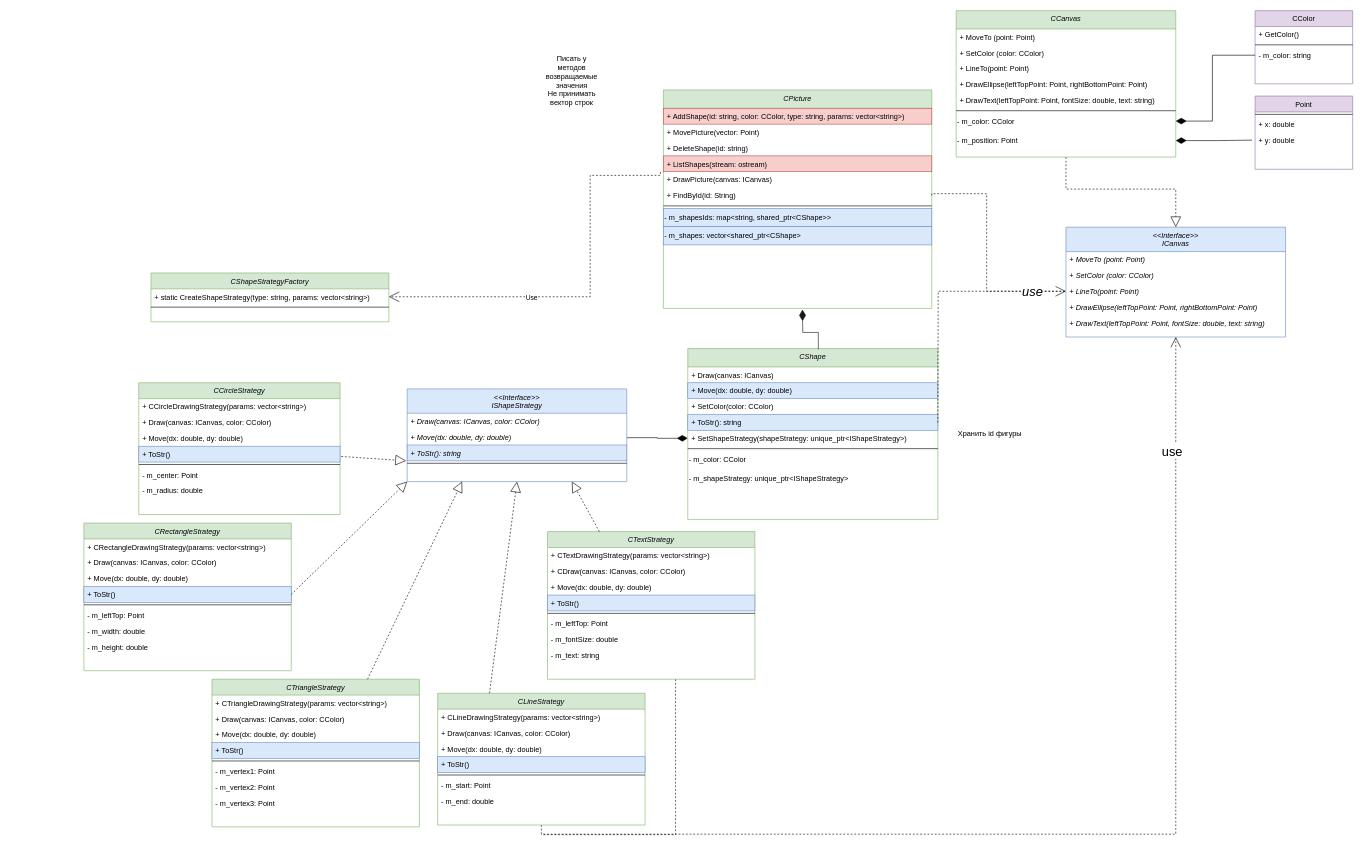
The draw.io diagram lab1/Shapes/classes.drawio in SafarovT/ood-labs, before the edit. Source tidied: cells renumbered, new cells numbered last; positions are measured from the earlier drawing's top-left corner, leaving out a move shared by most shapes. Both pictures are drawn from the tidied source at 61%, with x=0, y=0 at pixel (84, 10).
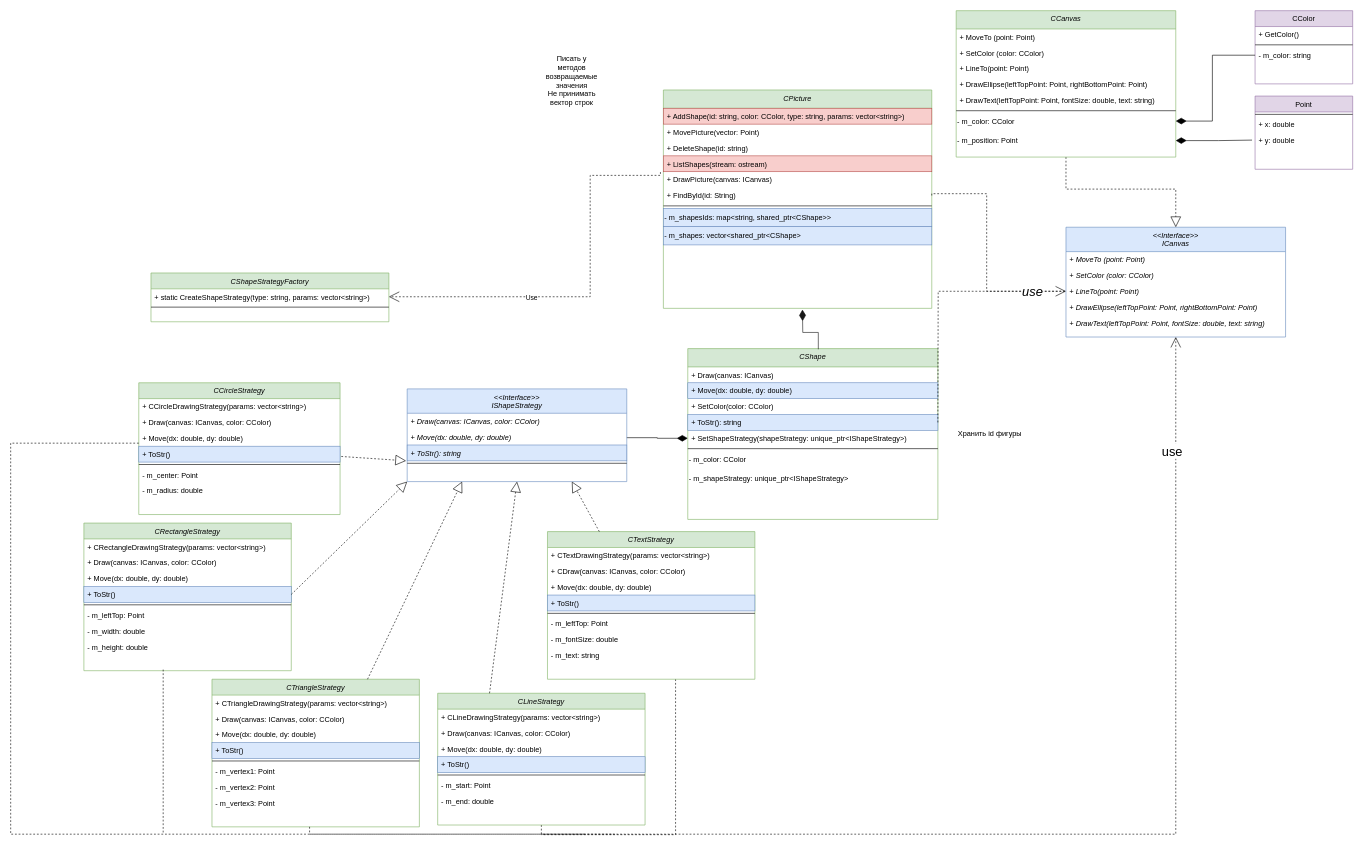
The same page after the edit.

What changed in the source:
```diff
@@
+    <mxCell id="115" style="edgeStyle=orthogonalEdgeStyle;shape=connector;rounded=0;orthogonalLoop=1;jettySize=auto;html=1;dashed=1;labelBackgroundColor=default;strokeColor=default;fontFamily=Helvetica;fontSize=11;fontColor=default;endArrow=none;endFill=0;" parent="1" edge="1">
+      <mxGeometry relative="1" as="geometry">
+        <mxPoint x="370" y="1338" as="sourcePoint" />
+        <mxPoint x="870" y="1350" as="targetPoint" />
+        <Array as="points">
+          <mxPoint x="370" y="1350" />
+        </Array>
+      </mxGeometry>
+    </mxCell>
+    <mxCell id="116" style="edgeStyle=orthogonalEdgeStyle;shape=connector;rounded=0;orthogonalLoop=1;jettySize=auto;html=1;dashed=1;labelBackgroundColor=default;strokeColor=default;fontFamily=Helvetica;fontSize=11;fontColor=default;endArrow=none;endFill=0;" parent="1" edge="1">
+      <mxGeometry relative="1" as="geometry">
+        <mxPoint x="130" y="1080.2" as="sourcePoint" />
+        <mxPoint x="130" y="1350" as="targetPoint" />
+        <Array as="points">
+          <mxPoint x="130" y="1335.2" />
+        </Array>
+      </mxGeometry>
+    </mxCell>
+    <mxCell id="117" style="edgeStyle=orthogonalEdgeStyle;shape=connector;rounded=0;orthogonalLoop=1;jettySize=auto;html=1;dashed=1;labelBackgroundColor=default;strokeColor=default;fontFamily=Helvetica;fontSize=11;fontColor=default;endArrow=none;endFill=0;" parent="1" edge="1">
+      <mxGeometry relative="1" as="geometry">
+        <mxPoint x="90" y="709" as="sourcePoint" />
+        <mxPoint x="820" y="1350" as="targetPoint" />
+        <Array as="points">
+          <mxPoint x="-120" y="709" />
+        </Array>
+      </mxGeometry>
+    </mxCell>
```
